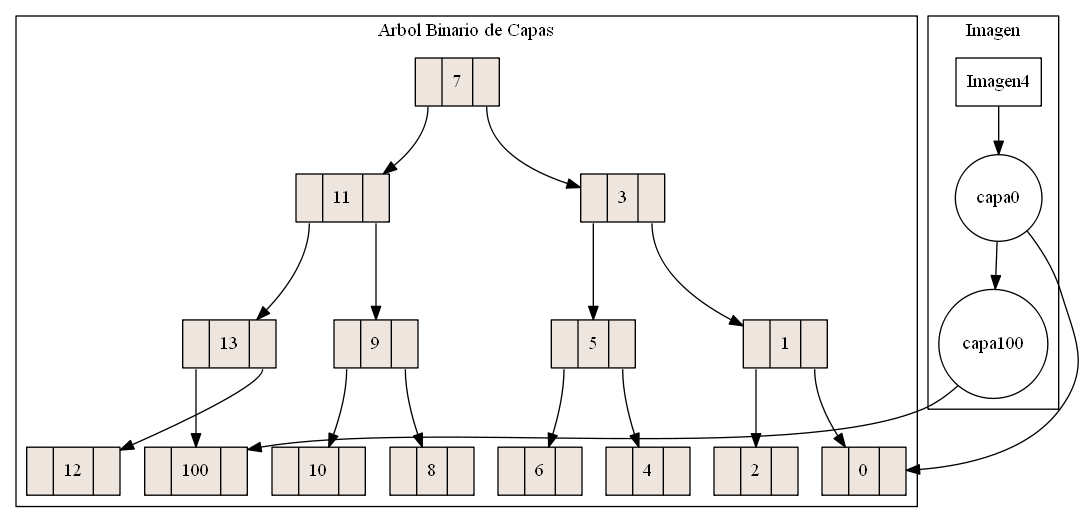
Before: Proyecto1EDD/ImagenYaRBOL.png, a diagram exported from Graphviz (EdsonArmando/Proyecto1EDD). Its source is kept beside it as Proyecto1EDD/ImagenYArbol.dot.
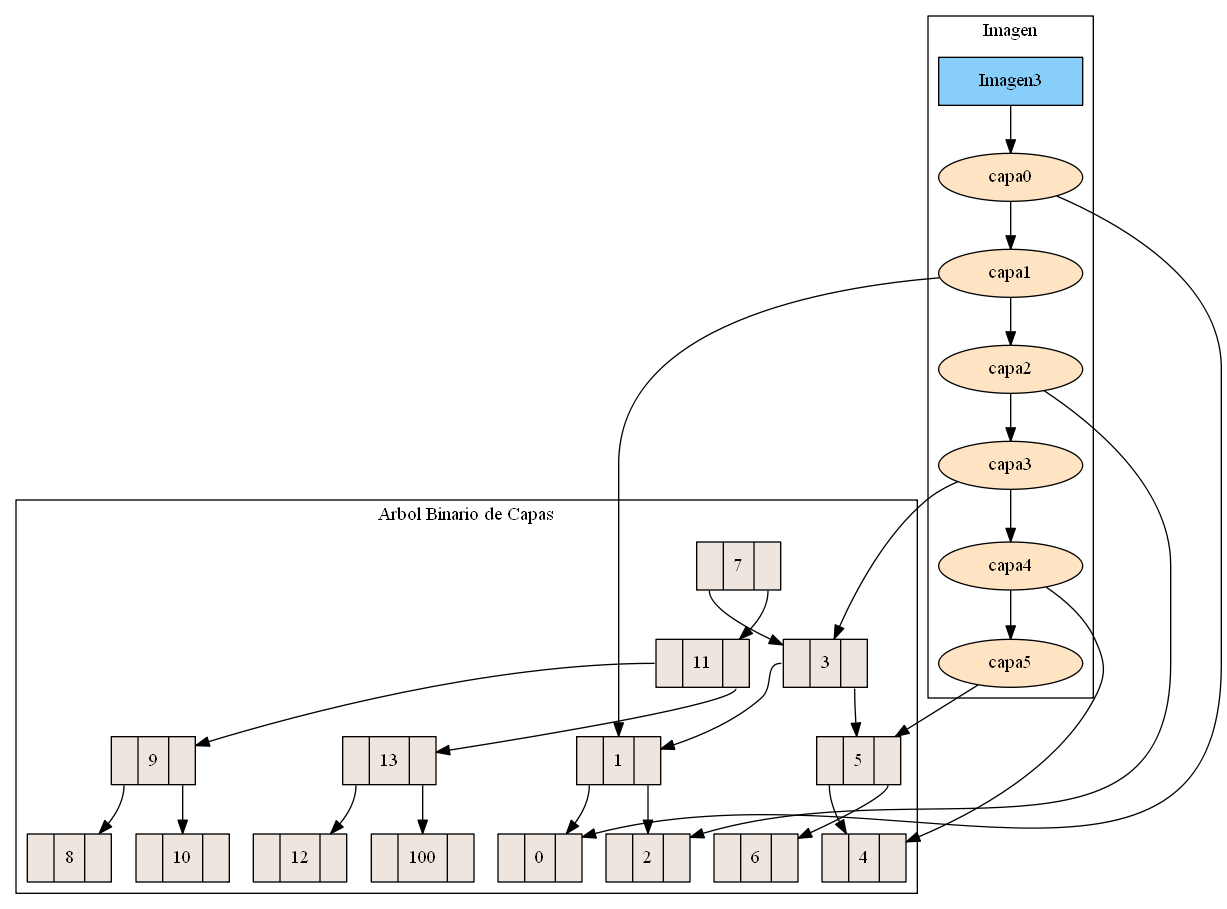
The same diagram one commit later.

What changed in the source:
```diff
@@ -4,43 +4,55 @@
  label="Arbol Binario de Capas";
  node [shape = record, style=filled, fillcolor=seashell2];
 nodo7 [ label = "<C0>|7|<C1>"];
+nodo3 [ label = "<C0>|3|<C1>"];
+nodo1 [ label = "<C0>|1|<C1>"];
+nodo0 [ label = "<C0>|0|<C1>"];
+nodo2 [ label = "<C0>|2|<C1>"];
+nodo5 [ label = "<C0>|5|<C1>"];
+nodo4 [ label = "<C0>|4|<C1>"];
+nodo6 [ label = "<C0>|6|<C1>"];
 nodo11 [ label = "<C0>|11|<C1>"];
+nodo9 [ label = "<C0>|9|<C1>"];
+nodo8 [ label = "<C0>|8|<C1>"];
+nodo10 [ label = "<C0>|10|<C1>"];
 nodo13 [ label = "<C0>|13|<C1>"];
+nodo12 [ label = "<C0>|12|<C1>"];
 nodo100 [ label = "<C0>|100|<C1>"];
-nodo12 [ label = "<C0>|12|<C1>"];
-nodo9 [ label = "<C0>|9|<C1>"];
-nodo10 [ label = "<C0>|10|<C1>"];
-nodo8 [ label = "<C0>|8|<C1>"];
-nodo3 [ label = "<C0>|3|<C1>"];
-nodo5 [ label = "<C0>|5|<C1>"];
-nodo6 [ label = "<C0>|6|<C1>"];
-nodo4 [ label = "<C0>|4|<C1>"];
-nodo1 [ label = "<C0>|1|<C1>"];
-nodo2 [ label = "<C0>|2|<C1>"];
-nodo0 [ label = "<C0>|0|<C1>"];
-nodo7:C0->nodo11
-nodo7:C1->nodo3
-nodo11:C0->nodo13
-nodo11:C1->nodo9
-nodo13:C0->nodo100
-nodo13:C1->nodo12
-nodo9:C0->nodo10
-nodo9:C1->nodo8
-nodo3:C0->nodo5
-nodo3:C1->nodo1
-nodo5:C0->nodo6
-nodo5:C1->nodo4
-nodo1:C0->nodo2
-nodo1:C1->nodo0
+nodo7:C0->nodo3
+nodo7:C1->nodo11
+nodo3:C0->nodo1
+nodo3:C1->nodo5
+nodo1:C0->nodo0
+nodo1:C1->nodo2
+nodo5:C0->nodo4
+nodo5:C1->nodo6
+nodo11:C0->nodo9
+nodo11:C1->nodo13
+nodo9:C0->nodo8
+nodo9:C1->nodo10
+nodo13:C0->nodo12
+nodo13:C1->nodo100
 }subgraph cluster_1 {
  label="Imagen";
-  Imagen4 [shape=record]
-Imagen4->capa0
-capa0 [shape=circle]
-capa0->capa100
-capa100 [shape=circle]
+  Imagen3[shape=box,width = 1.5 style = filled, fillcolor = lightskyblue, group = 2 ];
+Imagen3->capa0
+capa0 [shape=ellipse width = 1.5 style = filled, fillcolor = bisque1, group = 1 ];
+capa0->capa1
+capa1 [shape=ellipse width = 1.5 style = filled, fillcolor = bisque1, group = 1 ];
+capa1->capa2
+capa2 [shape=ellipse width = 1.5 style = filled, fillcolor = bisque1, group = 1 ];
+capa2->capa3
+capa3 [shape=ellipse width = 1.5 style = filled, fillcolor = bisque1, group = 1 ];
+capa3->capa4
+capa4 [shape=ellipse width = 1.5 style = filled, fillcolor = bisque1, group = 1 ];
+capa4->capa5
+capa5 [shape=ellipse width = 1.5 style = filled, fillcolor = bisque1, group = 1 ];
 capa0->nodo0
-capa100->nodo100
+capa1->nodo1
+capa2->nodo2
+capa3->nodo3
+capa4->nodo4
+capa5->nodo5
 
 }
 }
```
